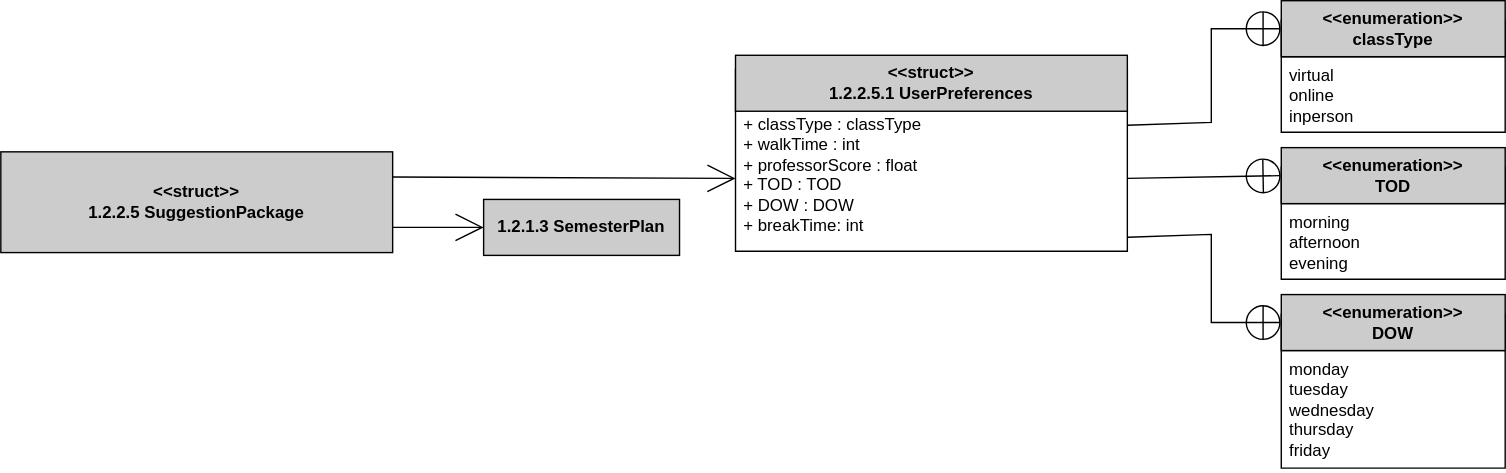
Earlier version of the draw.io export Logic/TeamTwoFiles/1.2.2.5.1UserPreferencesClassDiagram.svg (MckennahPalmer/CSE430). Source tidied: cells renumbered, new cells last; positions are measured from the earlier drawing's top-left corner, leaving out a move shared by most shapes.
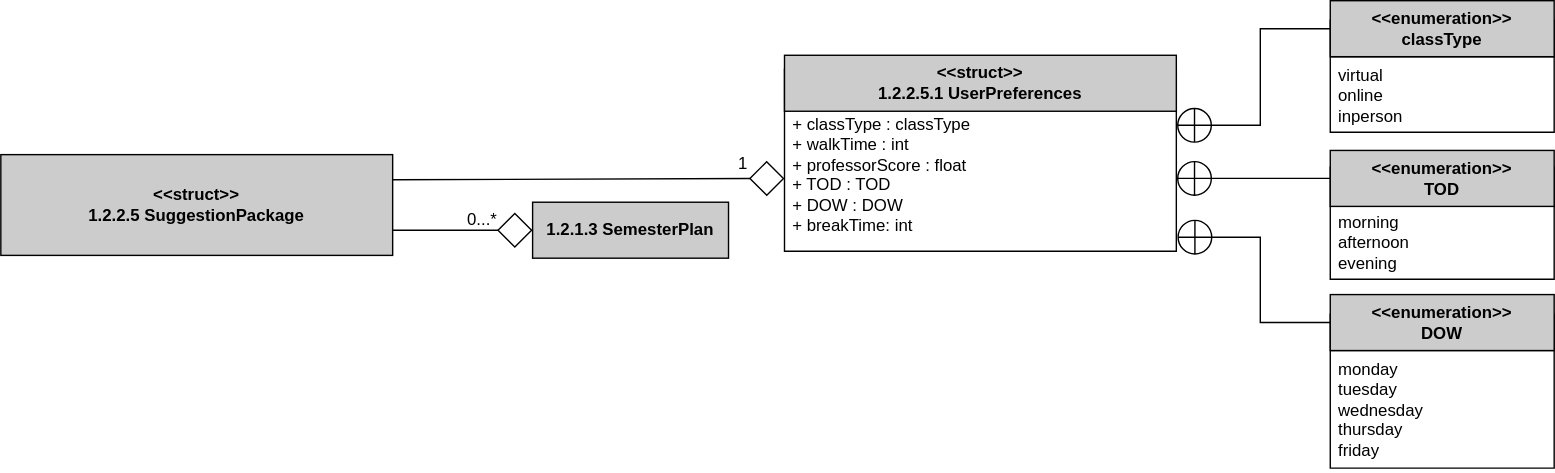
The same diagram one commit later.

Change to the diagram source:
```diff
@@ -9,7 +9,7 @@
       <mxGeometry y="26" width="280" height="104" as="geometry" />
     </mxCell>
     <mxCell id="4" value="&lt;b&gt;&amp;lt;&amp;lt;struct&amp;gt;&amp;gt;&lt;br style=&quot;border-color: var(--border-color);&quot;&gt;1.2.2.5 SuggestionPackage&lt;/b&gt;" style="rounded=0;whiteSpace=wrap;html=1;fillColor=#CCCCCC;" parent="1" vertex="1">
-      <mxGeometry y="108" width="280" height="72" as="geometry" />
+      <mxGeometry x="-35" y="110" width="280" height="72" as="geometry" />
     </mxCell>
     <mxCell id="5" value="&lt;b&gt;&amp;lt;&amp;lt;struct&amp;gt;&amp;gt;&lt;br style=&quot;border-color: var(--border-color);&quot;&gt;1.2.2.5.1 UserPreferences&lt;br&gt;&lt;/b&gt;" style="rounded=0;whiteSpace=wrap;html=1;fillColor=#CCCCCC;" parent="1" vertex="1">
       <mxGeometry x="525" y="39" width="280" height="40" as="geometry" />
@@ -30,7 +30,7 @@
       <mxGeometry y="26" width="160" height="54" as="geometry" />
     </mxCell>
     <mxCell id="11" value="&lt;b&gt;&amp;lt;&amp;lt;enumeration&amp;gt;&amp;gt;&lt;br style=&quot;border-color: var(--border-color);&quot;&gt;TOD&lt;br&gt;&lt;/b&gt;" style="rounded=0;whiteSpace=wrap;html=1;fillColor=#CCCCCC;" parent="1" vertex="1">
-      <mxGeometry x="915" y="105" width="160" height="40" as="geometry" />
+      <mxGeometry x="915" y="107" width="160" height="40" as="geometry" />
     </mxCell>
     <mxCell id="12" value="SuggestionPackage" style="swimlane;fontStyle=1;align=center;verticalAlign=top;horizontal=1;startSize=26;whiteSpace=wrap;html=1;fillColor=#CCCCCC;" parent="1" vertex="1">
       <mxGeometry x="915" y="224" width="160" height="110" as="geometry" />
@@ -41,33 +41,45 @@
     <mxCell id="14" value="&lt;b&gt;&amp;lt;&amp;lt;enumeration&amp;gt;&amp;gt;&lt;br style=&quot;border-color: var(--border-color);&quot;&gt;DOW&lt;br&gt;&lt;/b&gt;" style="rounded=0;whiteSpace=wrap;html=1;fillColor=#CCCCCC;" parent="1" vertex="1">
       <mxGeometry x="915" y="210" width="160" height="40" as="geometry" />
     </mxCell>
-    <mxCell id="15" style="endArrow=circlePlus;html=1;rounded=0;exitX=1;exitY=0.5;exitDx=0;exitDy=0;entryX=0;entryY=0.5;entryDx=0;entryDy=0;endFill=0;endSize=11;" parent="1" edge="1" source="3" target="11">
+    <mxCell id="15" style="endArrow=circlePlus;html=1;rounded=0;exitX=0;exitY=0.5;exitDx=0;exitDy=0;entryX=1;entryY=0.5;entryDx=0;entryDy=0;endFill=0;endSize=11;" parent="1" edge="1" source="11" target="3">
       <mxGeometry relative="1" as="geometry" />
     </mxCell>
-    <mxCell id="16" style="endArrow=circlePlus;html=1;rounded=0;exitX=1;exitY=0.135;exitDx=0;exitDy=0;entryX=0;entryY=0.5;entryDx=0;entryDy=0;endFill=0;endSize=11;exitPerimeter=0;" parent="1" edge="1" source="3" target="8">
+    <mxCell id="16" style="endArrow=circlePlus;html=1;rounded=0;exitX=0;exitY=0.5;exitDx=0;exitDy=0;entryX=1;entryY=0.135;entryDx=0;entryDy=0;endFill=0;endSize=11;entryPerimeter=0;" parent="1" edge="1" source="8" target="3">
       <mxGeometry relative="1" as="geometry">
         <Array as="points">
-          <mxPoint x="865" y="87" />
           <mxPoint x="865" y="20" />
+          <mxPoint x="865" y="89" />
         </Array>
       </mxGeometry>
     </mxCell>
-    <mxCell id="17" style="endArrow=circlePlus;html=1;rounded=0;exitX=1.001;exitY=0.904;exitDx=0;exitDy=0;entryX=0;entryY=0.5;entryDx=0;entryDy=0;endFill=0;endSize=11;exitPerimeter=0;" parent="1" edge="1" source="3" target="14">
+    <mxCell id="17" style="endArrow=circlePlus;html=1;rounded=0;exitX=0;exitY=0.5;exitDx=0;exitDy=0;entryX=1.001;entryY=0.904;entryDx=0;entryDy=0;endFill=0;endSize=11;entryPerimeter=0;" parent="1" edge="1" source="14" target="3">
       <mxGeometry relative="1" as="geometry">
         <Array as="points">
-          <mxPoint x="865" y="167" />
           <mxPoint x="865" y="230" />
+          <mxPoint x="865" y="169" />
         </Array>
       </mxGeometry>
     </mxCell>
-    <mxCell id="18" style="endArrow=open;html=1;rounded=0;entryX=0;entryY=0.5;entryDx=0;entryDy=0;endFill=0;endSize=18;exitX=1;exitY=0.25;exitDx=0;exitDy=0;" parent="1" edge="1" source="4" target="3">
-      <mxGeometry relative="1" as="geometry" />
-    </mxCell>
-    <mxCell id="19" style="endArrow=open;html=1;rounded=0;endFill=0;endSize=18;exitX=1;exitY=0.75;exitDx=0;exitDy=0;entryX=0;entryY=0.5;entryDx=0;entryDy=0;" parent="1" edge="1" source="4" target="20">
+    <mxCell id="19" style="endArrow=diamond;html=1;rounded=0;endFill=0;endSize=23;exitX=1;exitY=0.75;exitDx=0;exitDy=0;entryX=0;entryY=0.5;entryDx=0;entryDy=0;" parent="1" edge="1" source="4" target="20">
       <mxGeometry relative="1" as="geometry" />
     </mxCell>
     <mxCell id="20" value="1.2.1.3 SemesterPlan" style="rounded=0;whiteSpace=wrap;html=1;fillColor=#CCCCCC;fontStyle=1;" parent="1" vertex="1">
-      <mxGeometry x="345" y="142" width="140" height="40" as="geometry" />
+      <mxGeometry x="345" y="144" width="140" height="40" as="geometry" />
     </mxCell>
+    <mxCell id="21" style="group;" parent="1" vertex="1">
+      <mxGeometry x="441" y="102" width="84" height="30" as="geometry" />
+    </mxCell>
+    <mxCell id="22" value="1" style="text;html=1;align=right;verticalAlign=middle;whiteSpace=wrap;rounded=0;" parent="21" vertex="1">
+      <mxGeometry width="60" height="30" as="geometry" />
+    </mxCell>
+    <mxCell id="18" style="endArrow=diamond;html=1;rounded=0;endFill=0;endSize=23;entryX=0;entryY=0.5;entryDx=0;entryDy=0;exitX=1;exitY=0.25;exitDx=0;exitDy=0;" parent="1" edge="1" source="4" target="3">
+      <mxGeometry relative="1" as="geometry" />
+    </mxCell>
+    <mxCell id="23" style="group;" parent="1" vertex="1">
+      <mxGeometry x="262" y="142" width="84" height="30" as="geometry" />
+    </mxCell>
+    <mxCell id="24" value="0...*" style="text;html=1;align=right;verticalAlign=middle;whiteSpace=wrap;rounded=0;" parent="23" vertex="1">
+      <mxGeometry width="60" height="30" as="geometry" />
+    </mxCell>
   </root>
 </mxGraphModel>
```
